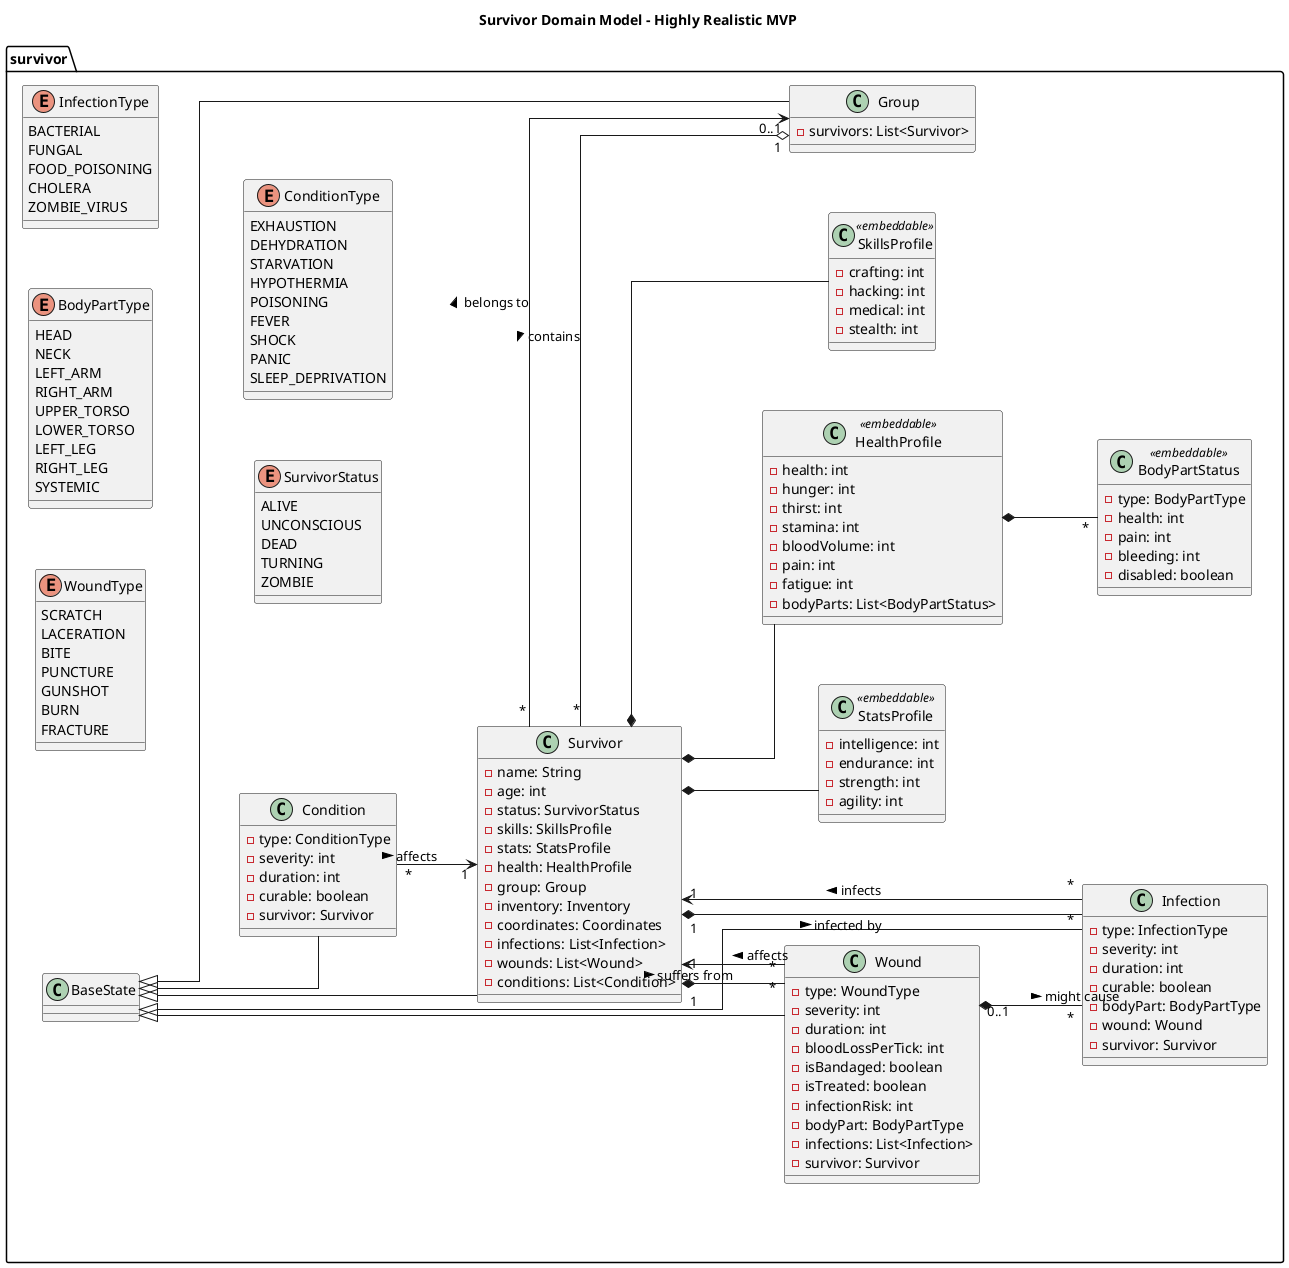
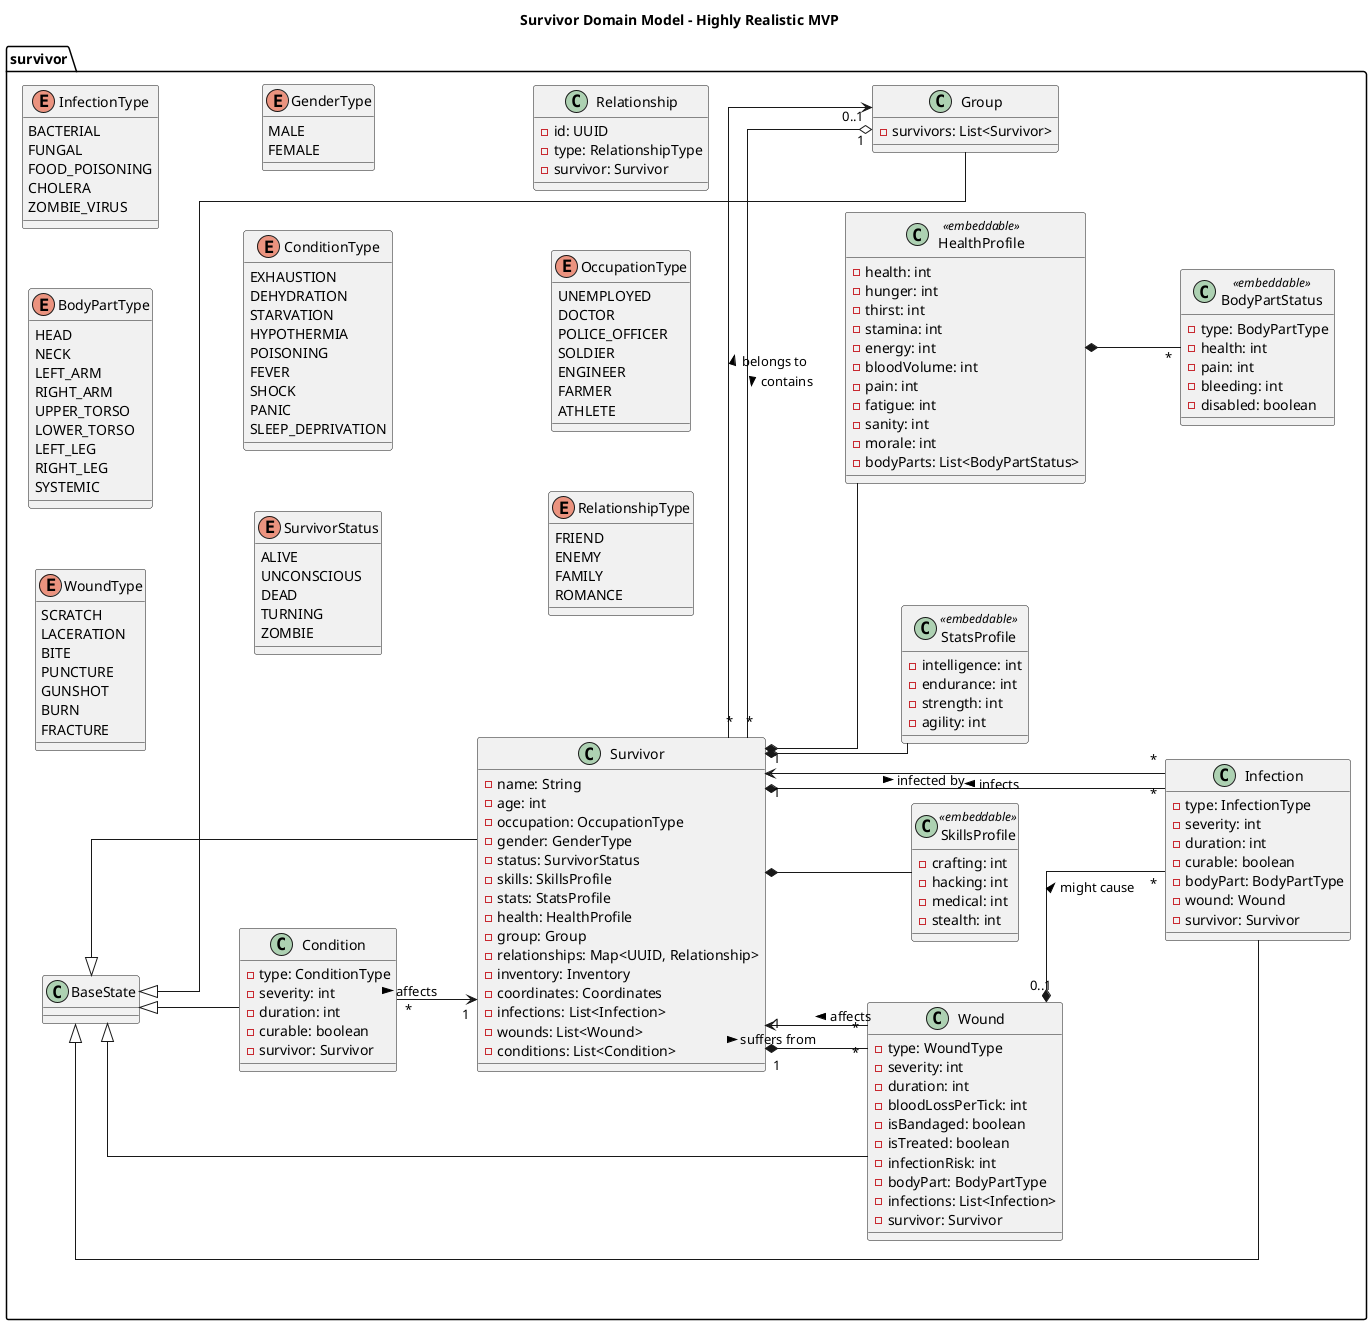
@startuml
title Survivor Domain Model - Highly Realistic MVP

left to right direction
skinparam linetype ortho
skinparam nodesep 60
skinparam ranksep 80

package survivor {
    enum WoundType {
        SCRATCH
        LACERATION
        BITE
        PUNCTURE
        GUNSHOT
        BURN
        FRACTURE
    }

    enum BodyPartType {
        HEAD
        NECK
        LEFT_ARM
        RIGHT_ARM
        UPPER_TORSO
        LOWER_TORSO
        LEFT_LEG
        RIGHT_LEG
        SYSTEMIC
    }

    enum InfectionType {
        BACTERIAL
        FUNGAL
        FOOD_POISONING
        CHOLERA
        ZOMBIE_VIRUS
    }

    enum SurvivorStatus {
        ALIVE
        UNCONSCIOUS
        DEAD
        TURNING
        ZOMBIE
    }

    enum ConditionType {
        EXHAUSTION
        DEHYDRATION
        STARVATION
        HYPOTHERMIA
        POISONING
        FEVER
        SHOCK
        PANIC
        SLEEP_DEPRIVATION
    }

+     enum GenderType {
+         MALE
+         FEMALE
+     }
+ 
+     enum RelationshipType {
+         FRIEND
+         ENEMY
+         FAMILY
+         ROMANCE
+     }
+ 
+     enum OccupationType {
+         UNEMPLOYED
+         DOCTOR
+         POLICE_OFFICER
+         SOLDIER
+         ENGINEER
+         FARMER
+         ATHLETE
+     }
+ 
    class Survivor extends BaseState {
        - name: String
        - age: int
+         - occupation: OccupationType
+         - gender: GenderType
        - status: SurvivorStatus
        - skills: SkillsProfile
        - stats: StatsProfile
        - health: HealthProfile
        - group: Group
+         - relationships: Map<UUID, Relationship>
        - inventory: Inventory
        - coordinates: Coordinates
        - infections: List<Infection>
        - wounds: List<Wound>
        - conditions: List<Condition>
+     }
+ 
+     class Relationship {
+         - id: UUID
+         - type: RelationshipType
+         - survivor: Survivor
    }

    class Group extends BaseState {
        - survivors: List<Survivor>
    }

    class Wound extends BaseState {
        - type: WoundType
        - severity: int
        - duration: int
        - bloodLossPerTick: int
        - isBandaged: boolean
        - isTreated: boolean
        - infectionRisk: int
        - bodyPart: BodyPartType
        - infections: List<Infection>
        - survivor: Survivor
    }

    class Infection extends BaseState {
        - type: InfectionType
        - severity: int
        - duration: int
        - curable: boolean
        - bodyPart: BodyPartType
        - wound: Wound
        - survivor: Survivor
    }

    class Condition extends BaseState {
        - type: ConditionType
        - severity: int
        - duration: int
        - curable: boolean
        - survivor: Survivor
    }

    class SkillsProfile <<embeddable>> {
        - crafting: int
        - hacking: int
        - medical: int
        - stealth: int
    }

    class StatsProfile <<embeddable>> {
        - intelligence: int
        - endurance: int
        - strength: int
        - agility: int
    }

    class HealthProfile <<embeddable>> {
        - health: int
        - hunger: int
        - thirst: int
        - stamina: int
+         - energy: int
        - bloodVolume: int
        - pain: int
        - fatigue: int
+         - sanity: int
+         - morale: int
        - bodyParts: List<BodyPartStatus>
    }

    class BodyPartStatus <<embeddable>> {
        - type: BodyPartType
        - health: int
        - pain: int
        - bleeding: int
        - disabled: boolean
    }

    Group "1" o-- "*" Survivor : contains >
    Survivor "*" --> "0..1" Group : belongs to >

    Survivor "1" *-- "*" Wound : suffers from >
    Wound "*" --> "1" Survivor : affects >

    Survivor "1" *-- "*" Infection : infected by >
    Infection "*" --> "1" Survivor : infects >

    Wound "0..1" *-- "*" Infection : might cause >

    HealthProfile *-- "*" BodyPartStatus

    Condition "*" --> "1" Survivor : affects >

    Survivor *-- SkillsProfile
    Survivor *-- StatsProfile
    Survivor *-- HealthProfile
}
@enduml